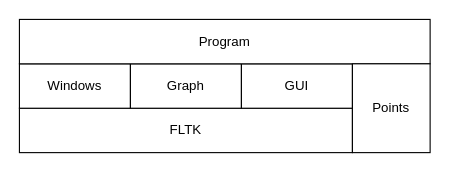
zhaoning999/notes keeps this draw.io diagram as 层次图.drawio. Above is the earlier version. Source tidied: cells renumbered, new cells numbered last; positions are measured from the earlier drawing's top-left corner, leaving out a move shared by most shapes. Both pictures are drawn from the tidied source at 111%, with x=0, y=0 at pixel (19, 19).
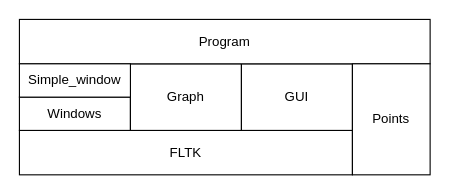
The same page after the edit.

Diff of the diagram source:
```diff
@@
 <mxGraphModel>
   <root>
     <mxCell id="0" />
     <mxCell id="1" parent="0" />
     <mxCell id="2" value="FLTK" style="rounded=0;whiteSpace=wrap;html=1;" parent="1" vertex="1">
-      <mxGeometry y="80" width="300" height="40" as="geometry" />
+      <mxGeometry y="100" width="300" height="40" as="geometry" />
     </mxCell>
     <mxCell id="3" value="Windows" style="rounded=0;whiteSpace=wrap;html=1;" parent="1" vertex="1">
-      <mxGeometry y="40" width="100" height="40" as="geometry" />
+      <mxGeometry y="70" width="100" height="30" as="geometry" />
     </mxCell>
     <mxCell id="4" value="Graph" style="rounded=0;whiteSpace=wrap;html=1;" parent="1" vertex="1">
-      <mxGeometry x="100" y="40" width="100" height="40" as="geometry" />
+      <mxGeometry x="100" y="40" width="100" height="60" as="geometry" />
     </mxCell>
     <mxCell id="5" value="GUI" style="rounded=0;whiteSpace=wrap;html=1;" parent="1" vertex="1">
-      <mxGeometry x="200" y="40" width="100" height="40" as="geometry" />
+      <mxGeometry x="200" y="40" width="100" height="60" as="geometry" />
     </mxCell>
     <mxCell id="6" value="Program" style="rounded=0;whiteSpace=wrap;html=1;" parent="1" vertex="1">
       <mxGeometry width="370" height="40" as="geometry" />
     </mxCell>
     <mxCell id="7" value="Points" style="rounded=0;whiteSpace=wrap;html=1;" parent="1" vertex="1">
-      <mxGeometry x="300" y="40" width="70" height="80" as="geometry" />
+      <mxGeometry x="300" y="40" width="70" height="100" as="geometry" />
     </mxCell>
+    <mxCell id="8" value="Simple_window" style="rounded=0;whiteSpace=wrap;html=1;" parent="1" vertex="1">
+      <mxGeometry y="40" width="100" height="30" as="geometry" />
+    </mxCell>
   </root>
 </mxGraphModel>
```
